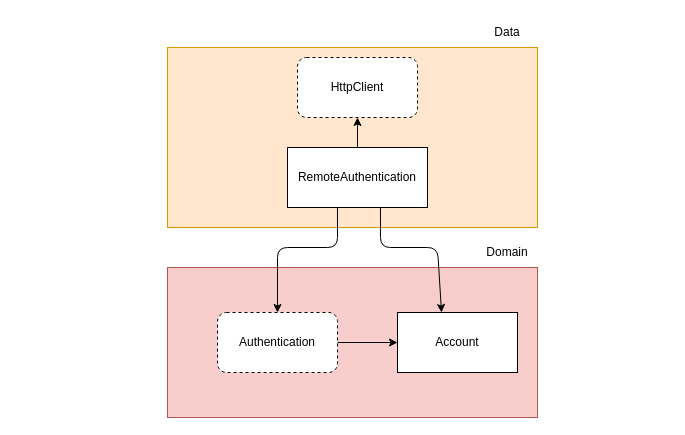
Luke0195/clean_flutter keeps this draw.io diagram as docs/diagram.drawio. Above is the earlier version. Source tidied: cells renumbered, new cells numbered last; positions are measured from the earlier drawing's top-left corner, leaving out a move shared by most shapes. Both pictures are drawn from the tidied source at 100%, with x=0, y=0 at pixel (167, 17).
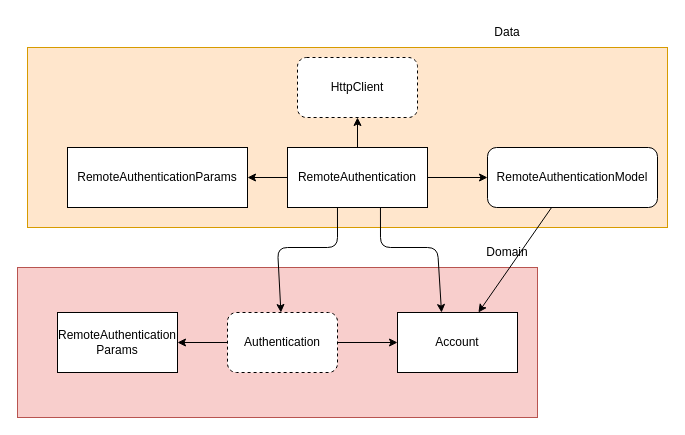
The same diagram, later.

Unchanged cells that the change refers to:
```xml
<mxCell id="11" value="RemoteAuthentication" style="rounded=0;whiteSpace=wrap;html=1;" parent="1" vertex="1">
  <mxGeometry x="120" y="130" width="140" height="60" as="geometry" />
</mxCell>
<mxCell id="12" value="Account" style="rounded=0;whiteSpace=wrap;html=1;" parent="1" vertex="1">
  <mxGeometry x="230" y="295" width="120" height="60" as="geometry" />
</mxCell>
```

What changed in the source:
```diff
@@
     <mxCell id="2" style="rounded=0;whiteSpace=wrap;html=1;fillColor=#f8cecc;strokeColor=#b85450;" parent="1" vertex="1">
-      <mxGeometry y="250" width="370" height="150" as="geometry" />
+      <mxGeometry x="-150" y="250" width="520" height="150" as="geometry" />
     </mxCell>
@@
+    <mxCell id="14" style="edgeStyle=none;html=1;" parent="1" edge="1" source="5" target="20">
+      <mxGeometry relative="1" as="geometry" />
+    </mxCell>
     <mxCell id="5" value="Authentication" style="rounded=1;whiteSpace=wrap;html=1;dashed=1;" parent="1" vertex="1">
-      <mxGeometry x="50" y="295" width="120" height="60" as="geometry" />
+      <mxGeometry x="60" y="295" width="110" height="60" as="geometry" />
     </mxCell>
     <mxCell id="6" style="rounded=0;whiteSpace=wrap;html=1;fillColor=#ffe6cc;strokeColor=#d79b00;" parent="1" vertex="1">
-      <mxGeometry y="30" width="370" height="180" as="geometry" />
+      <mxGeometry x="-140" y="30" width="640" height="180" as="geometry" />
     </mxCell>
@@
+    <mxCell id="15" style="edgeStyle=none;html=1;" parent="1" edge="1" source="11" target="18">
+      <mxGeometry relative="1" as="geometry" />
+    </mxCell>
+    <mxCell id="16" style="edgeStyle=none;html=1;" parent="1" edge="1" source="11" target="19">
+      <mxGeometry relative="1" as="geometry" />
+    </mxCell>
@@
+    <mxCell id="17" style="edgeStyle=none;html=1;" parent="1" edge="1" source="18" target="12">
+      <mxGeometry relative="1" as="geometry" />
+    </mxCell>
+    <mxCell id="18" value="RemoteAuthenticationModel" style="rounded=1;whiteSpace=wrap;html=1;" parent="1" vertex="1">
+      <mxGeometry x="320" y="130" width="170" height="60" as="geometry" />
+    </mxCell>
+    <mxCell id="19" value="RemoteAuthenticationParams" style="rounded=0;whiteSpace=wrap;html=1;" parent="1" vertex="1">
+      <mxGeometry x="-100" y="130" width="180" height="60" as="geometry" />
+    </mxCell>
+    <mxCell id="20" value="RemoteAuthentication&lt;div&gt;Params&lt;/div&gt;" style="rounded=0;whiteSpace=wrap;html=1;" parent="1" vertex="1">
+      <mxGeometry x="-110" y="295" width="120" height="60" as="geometry" />
+    </mxCell>
```
